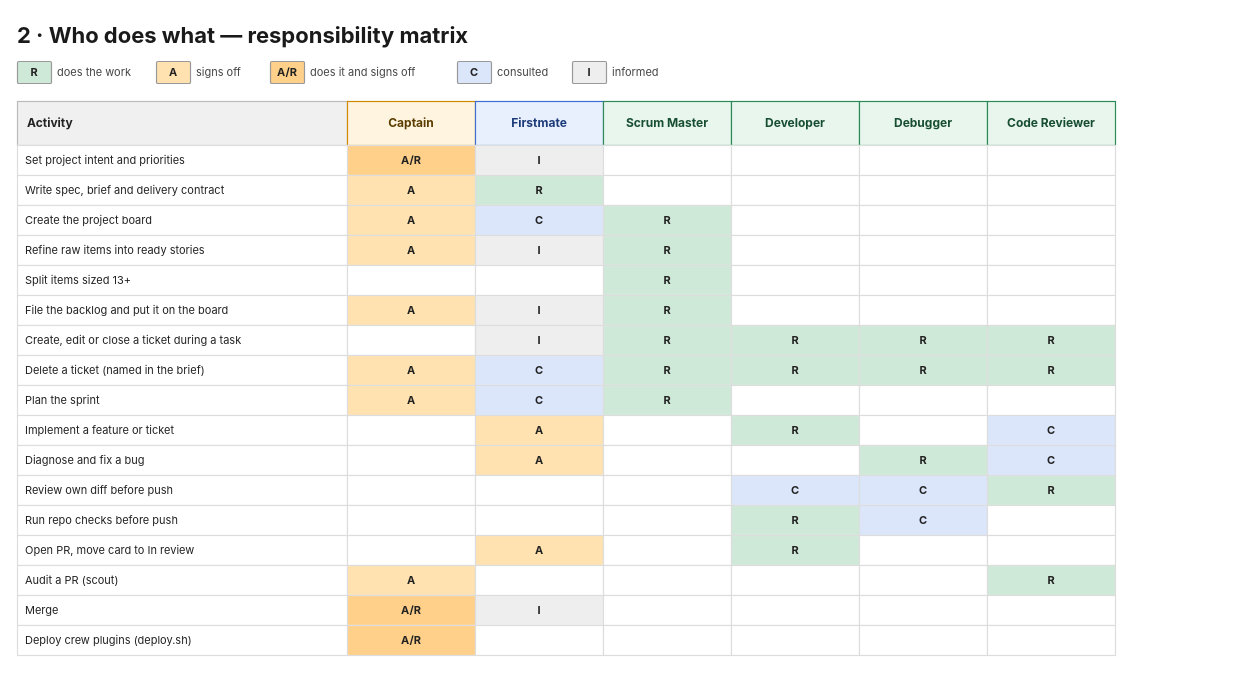
The draw.io diagram page "2 · Responsibility matrix" (2 of 3) of docs/firstmate/team.drawio in shulginilya/ai_agency_plugins, before the edit. Source tidied: cells renumbered, new cells numbered last; positions are measured from the earlier drawing's top-left corner, leaving out a move shared by most shapes. Both pictures are drawn from the tidied source at 100%, with x=0, y=0 at pixel (17, 17).
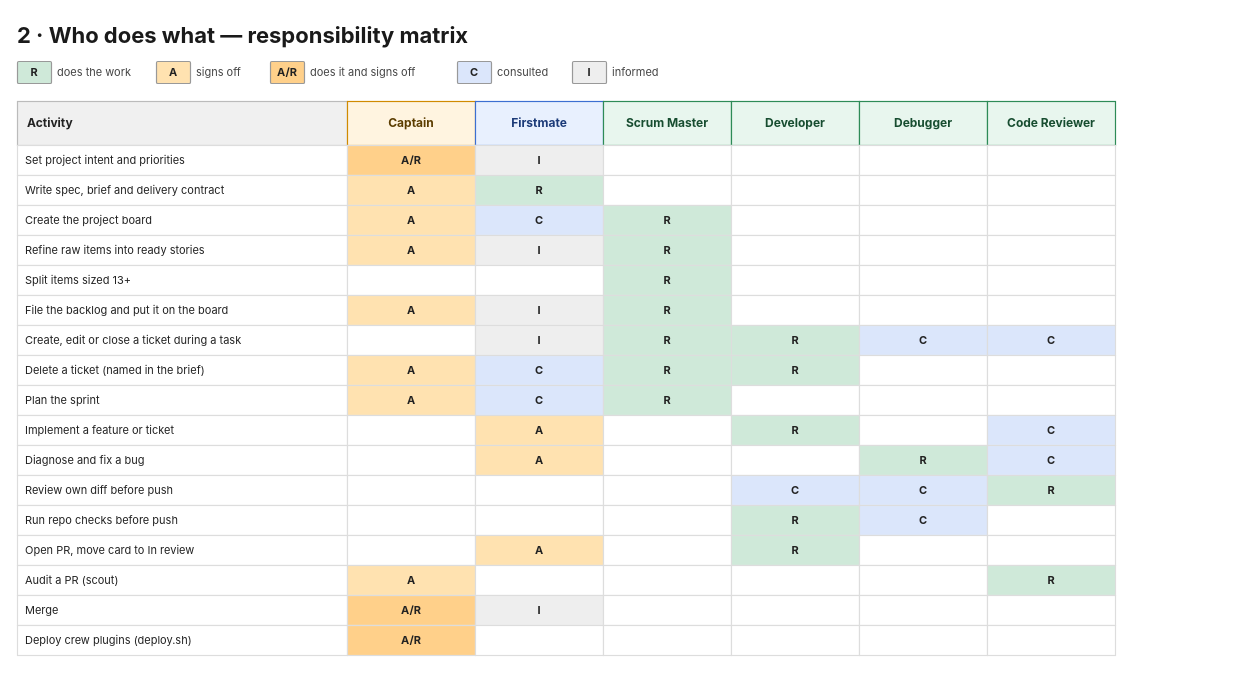
Above is the later version.

The edit, as a diff of the source:
```diff
@@
-    <mxCell id="67" value="&lt;div style=&quot;font-size:11px;&quot;&gt;&lt;b&gt;R&lt;/b&gt;&lt;/div&gt;" style="rounded=0;arcSize=6;whiteSpace=wrap;html=1;fillColor=#cfe9d9;strokeColor=#dddddd;fontColor=#222222;strokeWidth=1.2;align=center;verticalAlign=middle;spacing=2;fontFamily=Inter;" parent="1" vertex="1">
+    <mxCell id="67" value="&lt;div style=&quot;font-size:11px;&quot;&gt;&lt;b&gt;C&lt;/b&gt;&lt;/div&gt;" style="rounded=0;arcSize=6;whiteSpace=wrap;html=1;fillColor=#dbe6fb;strokeColor=#dddddd;fontColor=#222222;strokeWidth=1.2;align=center;verticalAlign=middle;spacing=2;fontFamily=Inter;" parent="1" vertex="1">
       <mxGeometry x="842" y="308" width="128" height="30" as="geometry" />
     </mxCell>
-    <mxCell id="68" value="&lt;div style=&quot;font-size:11px;&quot;&gt;&lt;b&gt;R&lt;/b&gt;&lt;/div&gt;" style="rounded=0;arcSize=6;whiteSpace=wrap;html=1;fillColor=#cfe9d9;strokeColor=#dddddd;fontColor=#222222;strokeWidth=1.2;align=center;verticalAlign=middle;spacing=2;fontFamily=Inter;" parent="1" vertex="1">
+    <mxCell id="68" value="&lt;div style=&quot;font-size:11px;&quot;&gt;&lt;b&gt;C&lt;/b&gt;&lt;/div&gt;" style="rounded=0;arcSize=6;whiteSpace=wrap;html=1;fillColor=#dbe6fb;strokeColor=#dddddd;fontColor=#222222;strokeWidth=1.2;align=center;verticalAlign=middle;spacing=2;fontFamily=Inter;" parent="1" vertex="1">
       <mxGeometry x="970" y="308" width="128" height="30" as="geometry" />
     </mxCell>
@@
-    <mxCell id="74" value="&lt;div style=&quot;font-size:11px;&quot;&gt;&lt;b&gt;R&lt;/b&gt;&lt;/div&gt;" style="rounded=0;arcSize=6;whiteSpace=wrap;html=1;fillColor=#cfe9d9;strokeColor=#dddddd;fontColor=#222222;strokeWidth=1.2;align=center;verticalAlign=middle;spacing=2;fontFamily=Inter;" parent="1" vertex="1">
+    <mxCell id="74" value="&lt;div style=&quot;font-size:11px;&quot;&gt;&lt;/div&gt;" style="rounded=0;arcSize=6;whiteSpace=wrap;html=1;fillColor=#ffffff;strokeColor=#dddddd;fontColor=#222222;strokeWidth=1.2;align=center;verticalAlign=middle;spacing=2;fontFamily=Inter;" parent="1" vertex="1">
       <mxGeometry x="842" y="338" width="128" height="30" as="geometry" />
     </mxCell>
-    <mxCell id="75" value="&lt;div style=&quot;font-size:11px;&quot;&gt;&lt;b&gt;R&lt;/b&gt;&lt;/div&gt;" style="rounded=0;arcSize=6;whiteSpace=wrap;html=1;fillColor=#cfe9d9;strokeColor=#dddddd;fontColor=#222222;strokeWidth=1.2;align=center;verticalAlign=middle;spacing=2;fontFamily=Inter;" parent="1" vertex="1">
+    <mxCell id="75" value="&lt;div style=&quot;font-size:11px;&quot;&gt;&lt;/div&gt;" style="rounded=0;arcSize=6;whiteSpace=wrap;html=1;fillColor=#ffffff;strokeColor=#dddddd;fontColor=#222222;strokeWidth=1.2;align=center;verticalAlign=middle;spacing=2;fontFamily=Inter;" parent="1" vertex="1">
       <mxGeometry x="970" y="338" width="128" height="30" as="geometry" />
     </mxCell>
```
